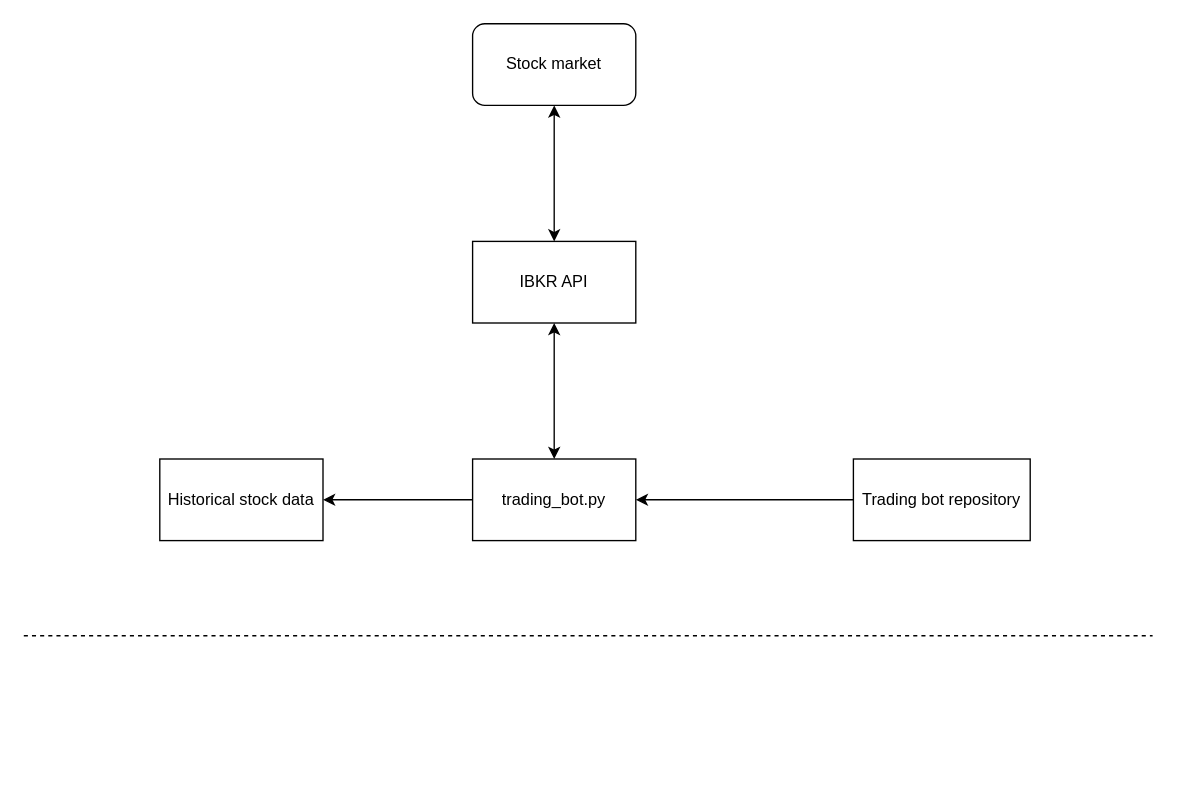
This is system_overview.drawio from carlssonsleo/frigg, a draw.io file, before an edit. Source tidied: cells renumbered, new cells numbered last; positions are measured from the earlier drawing's top-left corner, leaving out a move shared by most shapes. Both pictures are drawn from the tidied source at 136%, with x=0, y=0 at pixel (23, 23).
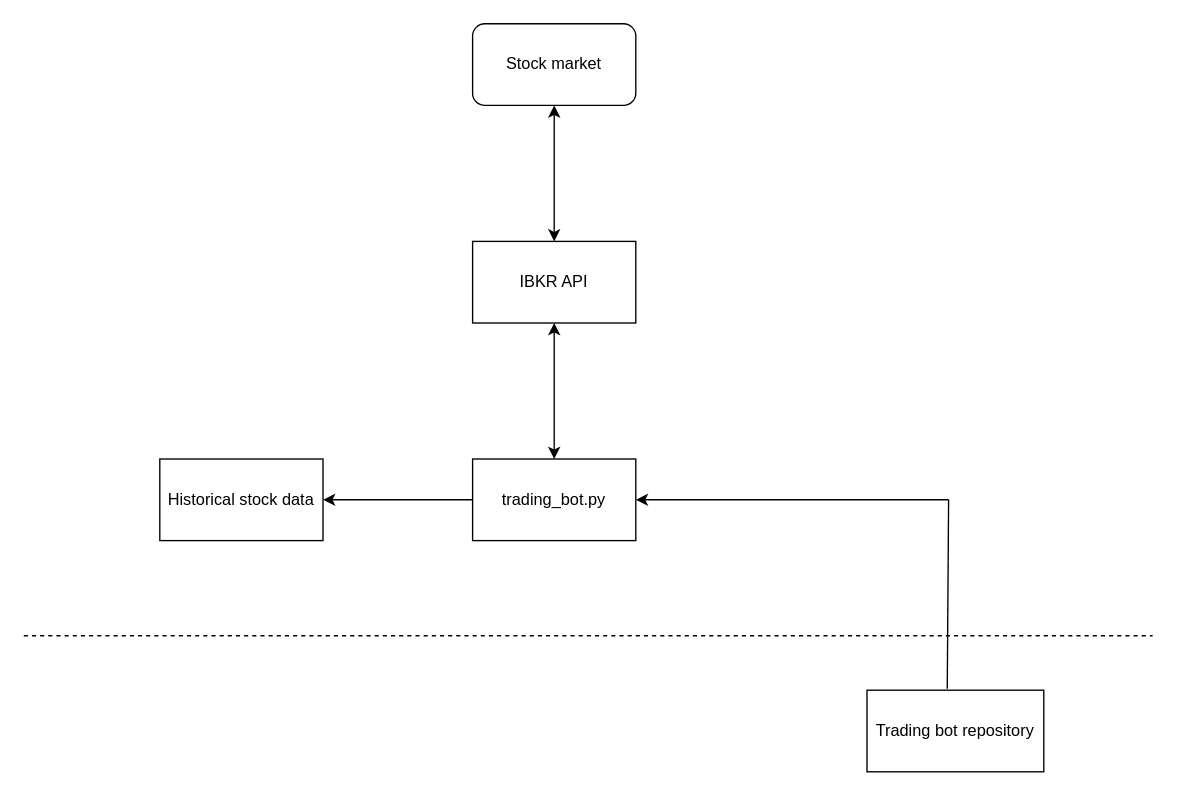
The same page after the edit.

Change to the diagram source:
```diff
@@
 <mxGraphModel>
   <root>
     <mxCell id="0" />
     <mxCell id="1" parent="0" />
     <mxCell id="2" value="IBKR API" style="rounded=0;whiteSpace=wrap;html=1;" parent="1" vertex="1">
       <mxGeometry x="330" y="160" width="120" height="60" as="geometry" />
     </mxCell>
     <mxCell id="3" value="Stock market" style="rounded=1;whiteSpace=wrap;html=1;" parent="1" vertex="1">
       <mxGeometry x="330" width="120" height="60" as="geometry" />
     </mxCell>
     <mxCell id="4" style="endArrow=classic;startArrow=classic;html=1;exitX=0.5;exitY=0;exitDx=0;exitDy=0;" parent="1" edge="1" source="2">
       <mxGeometry relative="1" as="geometry">
         <mxPoint x="390" y="60" as="targetPoint" />
       </mxGeometry>
     </mxCell>
     <mxCell id="5" value="trading_bot.py" style="rounded=0;whiteSpace=wrap;html=1;" parent="1" vertex="1">
       <mxGeometry x="330" y="320" width="120" height="60" as="geometry" />
     </mxCell>
     <mxCell id="6" style="endArrow=classic;startArrow=classic;html=1;exitX=0.5;exitY=0;exitDx=0;exitDy=0;" parent="1" edge="1" source="5">
       <mxGeometry relative="1" as="geometry">
         <mxPoint x="390" y="220" as="targetPoint" />
       </mxGeometry>
     </mxCell>
     <mxCell id="7" value="Historical stock data" style="rounded=0;whiteSpace=wrap;html=1;" parent="1" vertex="1">
       <mxGeometry x="100" y="320" width="120" height="60" as="geometry" />
     </mxCell>
     <mxCell id="8" style="endArrow=classic;html=1;entryX=1;entryY=0.5;entryDx=0;entryDy=0;" parent="1" edge="1" target="7">
       <mxGeometry relative="1" as="geometry">
         <mxPoint x="330" y="350" as="sourcePoint" />
       </mxGeometry>
     </mxCell>
     <mxCell id="9" style="endArrow=none;dashed=1;html=1;" parent="1" edge="1">
       <mxGeometry relative="1" as="geometry">
         <mxPoint y="450" as="sourcePoint" />
         <mxPoint x="830" y="450" as="targetPoint" />
       </mxGeometry>
     </mxCell>
     <mxCell id="10" value="Trading bot repository" style="rounded=0;whiteSpace=wrap;html=1;" parent="1" vertex="1">
-      <mxGeometry x="610" y="320" width="130" height="60" as="geometry" />
+      <mxGeometry x="620" y="490" width="130" height="60" as="geometry" />
     </mxCell>
     <mxCell id="11" style="endArrow=classic;html=1;entryX=1;entryY=0.5;entryDx=0;entryDy=0;" parent="1" edge="1" target="5">
       <mxGeometry relative="1" as="geometry">
-        <mxPoint x="610" y="350" as="sourcePoint" />
+        <mxPoint x="680" y="350" as="sourcePoint" />
       </mxGeometry>
     </mxCell>
+    <mxCell id="12" style="endArrow=none;html=1;exitX=0.454;exitY=-0.017;exitDx=0;exitDy=0;exitPerimeter=0;" parent="1" edge="1" source="10">
+      <mxGeometry relative="1" as="geometry">
+        <mxPoint x="680" y="350" as="targetPoint" />
+      </mxGeometry>
+    </mxCell>
   </root>
 </mxGraphModel>
```
